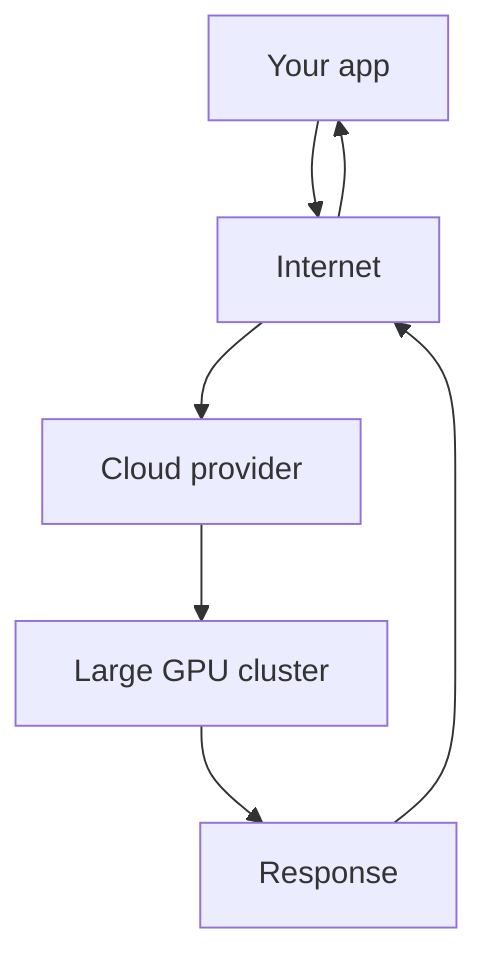
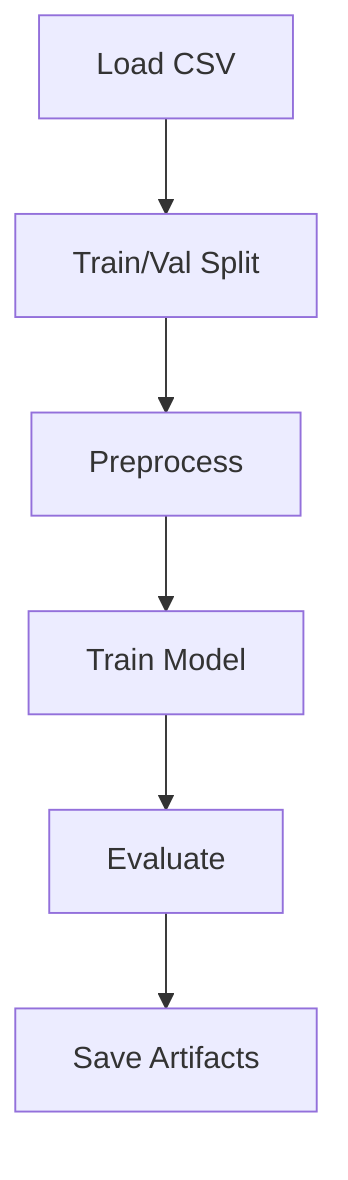
flowchart TD
-   A[Your app] --> B[Internet]
-   B --> C[Cloud provider]
-   C --> D[Large GPU cluster]
-   D --> E[Response]
-   E --> B
-   B --> A+   A[Load CSV] --> B[Train/Val Split]
+   B --> C[Preprocess]
+   C --> D[Train Model]
+   D --> E[Evaluate]
+   E --> F[Save Artifacts]
